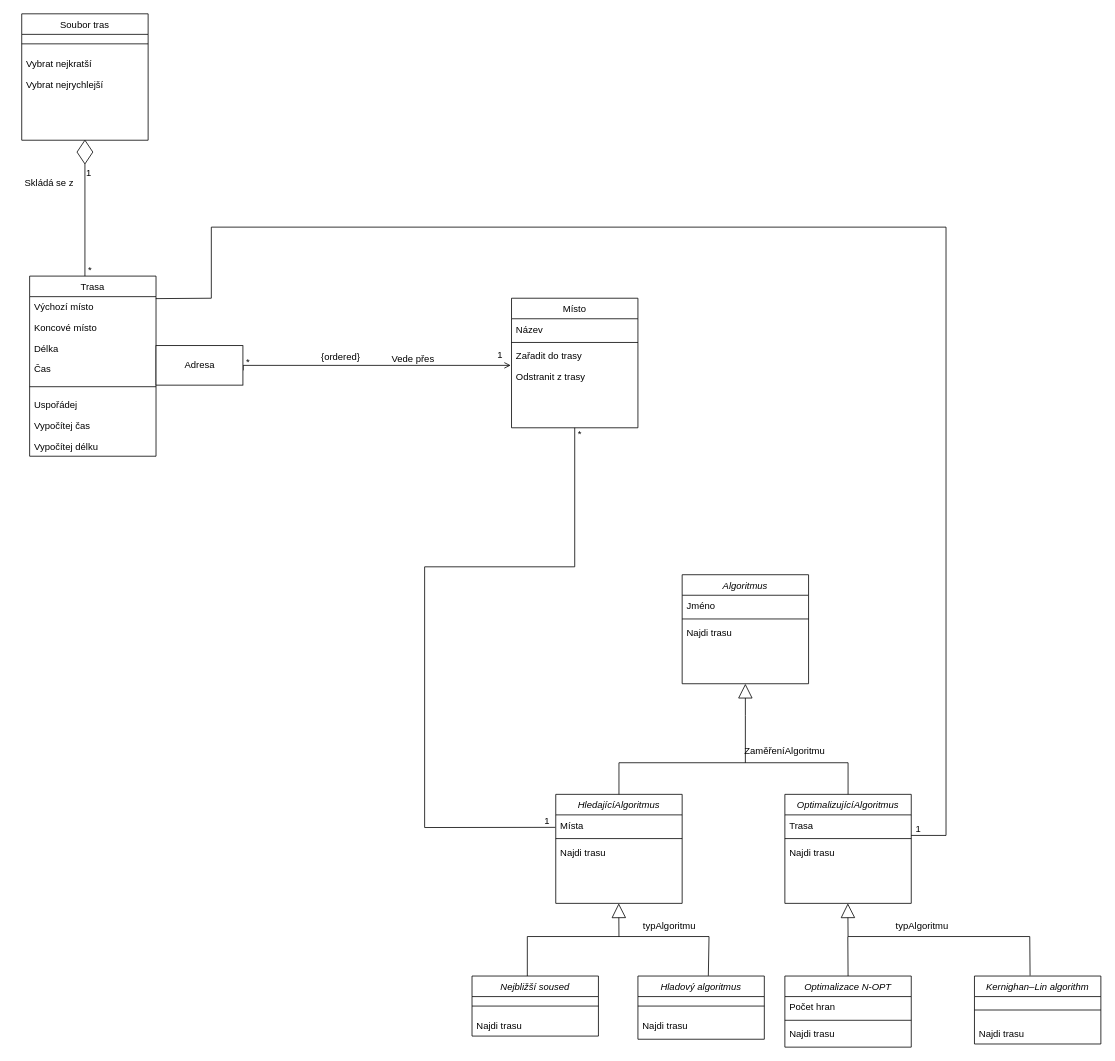
The draw.io diagram ClassDiagram.drawio in KristyFromEarth/UML, before the edit. Source tidied: cells renumbered, new cells numbered last; positions are measured from the earlier drawing's top-left corner, leaving out a move shared by most shapes. Both pictures are drawn from the tidied source at 79%, with x=0, y=0 at pixel (13, 13).
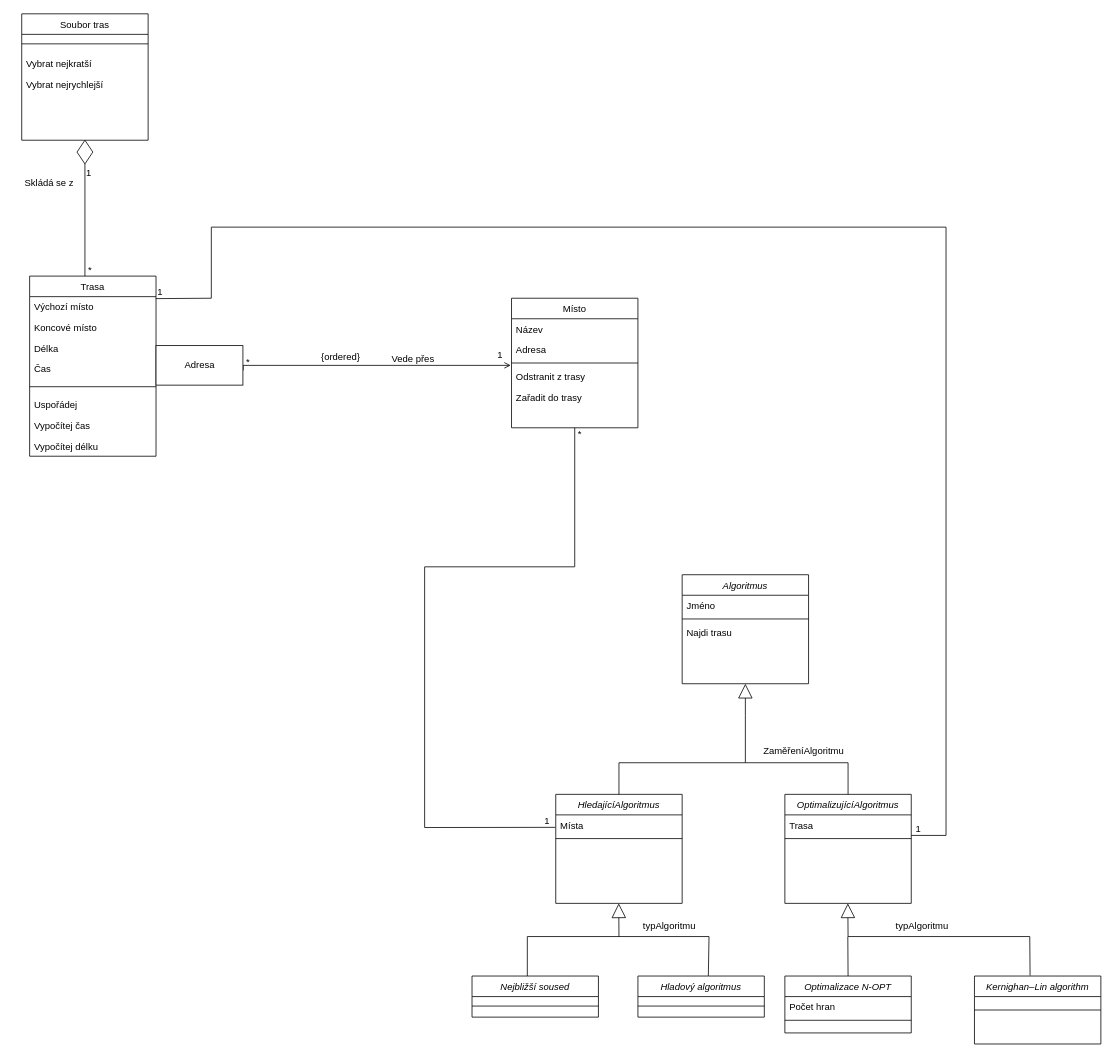
The same page after the edit.

Commit message:
Úpravy z konzultace ClassDiagram.drawio

The change refers to these unchanged cells:
```xml
<mxCell id="6" value="Místo" style="swimlane;fontStyle=0;align=center;verticalAlign=top;horizontal=1;startSize=26;rounded=0;shadow=0;strokeWidth=1;" parent="1" vertex="1">
  <mxGeometry x="630" y="360" width="160" height="164" as="geometry" />
</mxCell>
<mxCell id="41" value="HledajícíAlgoritmus" style="swimlane;fontStyle=2;align=center;verticalAlign=top;horizontal=1;startSize=26;rounded=0;shadow=0;strokeWidth=1;" parent="1" vertex="1">
  <mxGeometry x="686" y="988" width="160" height="138" as="geometry" />
</mxCell>
<mxCell id="45" value="OptimalizujícíAlgoritmus&#10;" style="swimlane;fontStyle=2;align=center;verticalAlign=top;horizontal=1;startSize=26;rounded=0;shadow=0;strokeWidth=1;" parent="1" vertex="1">
  <mxGeometry x="976" y="988" width="160" height="138" as="geometry" />
</mxCell>
<mxCell id="55" value="Kernighan–Lin algorithm" style="swimlane;fontStyle=2;align=center;verticalAlign=top;horizontal=1;startSize=26;rounded=0;shadow=0;strokeWidth=1;" parent="1" vertex="1">
  <mxGeometry x="1216" y="1218" width="160" height="86" as="geometry" />
</mxCell>
```

Diff of the diagram source:
```diff
@@
+    <mxCell id="84" value="Adresa" style="text;align=left;verticalAlign=top;spacingLeft=4;spacingRight=4;overflow=hidden;rounded=0;shadow=0;html=0;" parent="6" vertex="1">
+      <mxGeometry y="52" width="160" height="26" as="geometry" />
+    </mxCell>
     <mxCell id="8" style="line;html=1;strokeWidth=1;align=left;verticalAlign=middle;spacingTop=-1;spacingLeft=3;spacingRight=3;labelPosition=right;" parent="6" vertex="1">
-      <mxGeometry y="52" width="160" height="8" as="geometry" />
+      <mxGeometry y="78" width="160" height="8" as="geometry" />
     </mxCell>
+    <mxCell id="10" value="Odstranit z trasy" style="text;align=left;verticalAlign=top;spacingLeft=4;spacingRight=4;overflow=hidden;" parent="6" vertex="1">
+      <mxGeometry y="86" width="160" height="26" as="geometry" />
+    </mxCell>
     <mxCell id="9" value="Zařadit do trasy" style="text;align=left;verticalAlign=top;spacingLeft=4;spacingRight=4;overflow=hidden;" parent="6" vertex="1">
-      <mxGeometry y="60" width="160" height="26" as="geometry" />
+      <mxGeometry y="112" width="160" height="26" as="geometry" />
     </mxCell>
-    <mxCell id="10" value="Odstranit z trasy" style="text;align=left;verticalAlign=top;spacingLeft=4;spacingRight=4;overflow=hidden;" parent="6" vertex="1">
-      <mxGeometry y="86" width="160" height="26" as="geometry" />
-    </mxCell>
     <mxCell id="11" value="Nejbližší soused" style="swimlane;fontStyle=2;align=center;verticalAlign=top;horizontal=1;startSize=26;rounded=0;shadow=0;strokeWidth=1;" parent="1" vertex="1">
-      <mxGeometry x="580" y="1218" width="160" height="76" as="geometry" />
+      <mxGeometry x="580" y="1218" width="160" height="52" as="geometry" />
     </mxCell>
@@
-    <mxCell id="13" value="Najdi trasu" style="text;align=left;verticalAlign=top;spacingLeft=4;spacingRight=4;overflow=hidden;" parent="11" vertex="1">
-      <mxGeometry y="50" width="160" height="26" as="geometry" />
-    </mxCell>
@@
     <mxCell id="27" value="Hladový algoritmus" style="swimlane;fontStyle=2;align=center;verticalAlign=top;horizontal=1;startSize=26;rounded=0;shadow=0;strokeWidth=1;" parent="1" vertex="1">
-      <mxGeometry x="790" y="1218" width="160" height="80" as="geometry" />
+      <mxGeometry x="790" y="1218" width="160" height="52" as="geometry" />
     </mxCell>
@@
-    <mxCell id="29" value="Najdi trasu" style="text;align=left;verticalAlign=top;spacingLeft=4;spacingRight=4;overflow=hidden;" parent="27" vertex="1">
-      <mxGeometry y="50" width="160" height="26" as="geometry" />
-    </mxCell>
     <mxCell id="30" value="Optimalizace N-OPT" style="swimlane;fontStyle=2;align=center;verticalAlign=top;horizontal=1;startSize=26;rounded=0;shadow=0;strokeWidth=1;" parent="1" vertex="1">
-      <mxGeometry x="976" y="1218" width="160" height="90" as="geometry" />
+      <mxGeometry x="976" y="1218" width="160" height="72" as="geometry" />
     </mxCell>
@@
-    <mxCell id="33" value="Najdi trasu" style="text;align=left;verticalAlign=top;spacingLeft=4;spacingRight=4;overflow=hidden;" parent="30" vertex="1">
-      <mxGeometry y="60" width="160" height="26" as="geometry" />
-    </mxCell>
@@
     <mxCell id="40" value="ZaměřeníAlgoritmu" style="text;html=1;strokeColor=none;fillColor=none;align=center;verticalAlign=middle;whiteSpace=wrap;rounded=0;" parent="1" vertex="1">
-      <mxGeometry x="946" y="918" width="60" height="30" as="geometry" />
+      <mxGeometry x="970" y="918" width="60" height="30" as="geometry" />
     </mxCell>
@@
-    <mxCell id="44" value="Najdi trasu" style="text;align=left;verticalAlign=top;spacingLeft=4;spacingRight=4;overflow=hidden;" parent="41" vertex="1">
-      <mxGeometry y="60" width="160" height="26" as="geometry" />
-    </mxCell>
@@
-    <mxCell id="48" value="Najdi trasu" style="text;align=left;verticalAlign=top;spacingLeft=4;spacingRight=4;overflow=hidden;" parent="45" vertex="1">
-      <mxGeometry y="60" width="160" height="26" as="geometry" />
-    </mxCell>
@@
-    <mxCell id="57" value="Najdi trasu" style="text;align=left;verticalAlign=top;spacingLeft=4;spacingRight=4;overflow=hidden;" parent="55" vertex="1">
-      <mxGeometry y="60" width="160" height="26" as="geometry" />
-    </mxCell>
@@
+    <mxCell id="85" value="1" style="align=left;verticalAlign=bottom;labelBackgroundColor=none;fontSize=12;direction=west;" parent="1" vertex="1">
+      <mxGeometry x="180" y="360" as="geometry" />
+    </mxCell>
```
